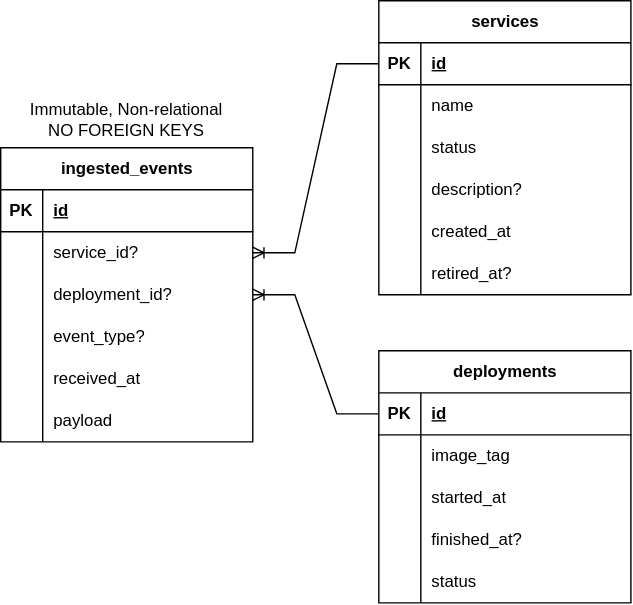
Above: services/backend/docs/erd-future-state.drawio.svg in kencopas/PortfolioApp (draw.io), before the change. Source tidied: cells renumbered, new cells last; positions are measured from the earlier drawing's top-left corner, leaving out a move shared by most shapes.
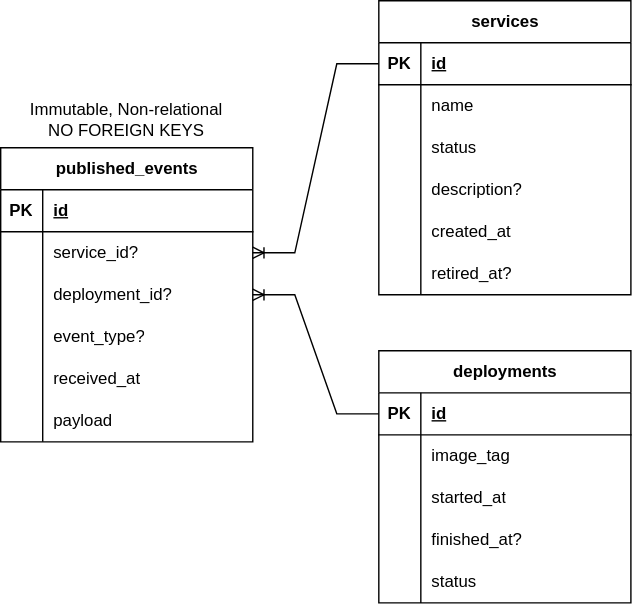
Above is the later version.

Diff of the diagram source:
```diff
@@ -50,7 +50,7 @@
     <mxCell id="17" value="status" style="shape=partialRectangle;fillColor=none;top=0;left=0;bottom=0;right=0;align=left;spacingLeft=6;overflow=hidden;whiteSpace=wrap;html=1;" parent="15" vertex="1">
       <mxGeometry x="30" width="150" height="30" as="geometry" />
     </mxCell>
-    <mxCell id="18" value="ingested_events" style="shape=table;startSize=30;rowLines=0;fontStyle=1;align=center;html=1;" parent="1" vertex="1">
+    <mxCell id="18" value="published_events" style="shape=table;startSize=30;rowLines=0;fontStyle=1;align=center;html=1;" parent="1" vertex="1">
       <mxGeometry y="105" width="180" height="210" as="geometry" />
     </mxCell>
     <mxCell id="19" style="shape=tableRow;horizontal=0;startSize=0;swimlaneHead=0;swimlaneBody=0;fillColor=none;top=0;left=0;right=0;bottom=1;" parent="18" vertex="1">
```
